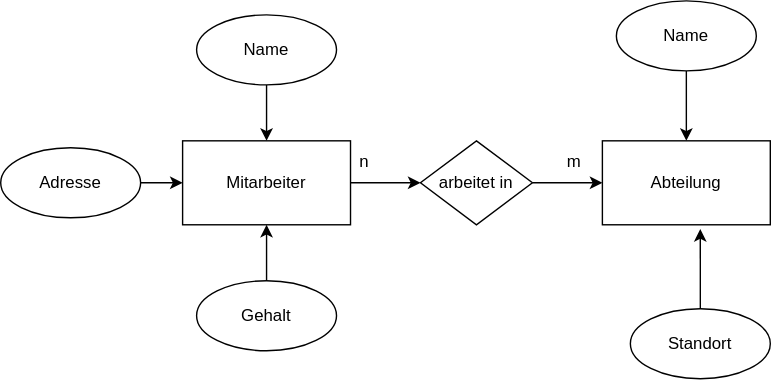
This is modul/Datenschema/bilder/erd-1.2-LS-mitarbeiterverzeichnis.drawio.svg from bbz-biel-informatik/290-datenbanken, a draw.io export, as it was before one commit. Source tidied: cells renumbered, new cells last; positions are measured from the earlier drawing's top-left corner, leaving out a move shared by most shapes.
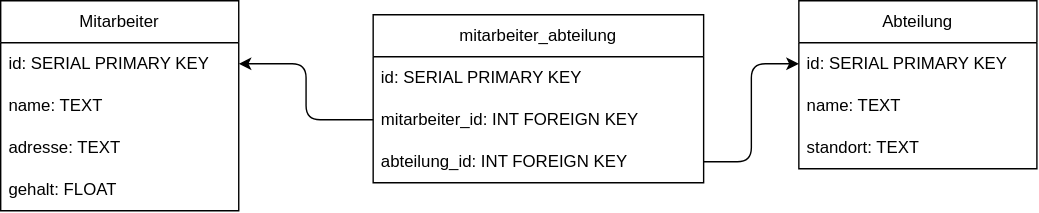
Later version of the same file.

The edit, as a diff of the source:
```diff
@@ -2,56 +2,50 @@
   <root>
     <mxCell id="0" />
     <mxCell id="1" parent="0" />
-    <mxCell id="2" style="edgeStyle=orthogonalEdgeStyle;rounded=0;jettySize=auto;html=1;exitX=1;exitY=0.5;exitDx=0;exitDy=0;entryX=0;entryY=0.5;entryDx=0;entryDy=0;" parent="1" edge="1" source="3" target="16">
-      <mxGeometry relative="1" as="geometry" />
-    </mxCell>
-    <mxCell id="3" value="Mitarbeiter" style="rounded=0;whiteSpace=wrap;html=1;" parent="1" vertex="1">
-      <mxGeometry x="130" y="100" width="120" height="60" as="geometry" />
+    <mxCell id="3" value="Mitarbeiter" style="swimlane;fontStyle=0;horizontal=1;startSize=30;whiteSpace=wrap;html=1;" parent="1" vertex="1">
+      <mxGeometry x="-30" y="-40" width="170" height="150" as="geometry" />
     </mxCell>
+    <mxCell id="19" value="id: SERIAL PRIMARY KEY" style="text;strokeColor=none;fillColor=none;align=left;verticalAlign=middle;spacingLeft=4;spacingRight=4;overflow=hidden;points=[[0,0.5],[1,0.5]];portConstraint=eastwest;whiteSpace=wrap;html=1;" parent="3" vertex="1">
+      <mxGeometry y="30" width="170" height="30" as="geometry" />
+    </mxCell>
+    <mxCell id="20" value="name: TEXT" style="text;strokeColor=none;fillColor=none;align=left;verticalAlign=middle;spacingLeft=4;spacingRight=4;overflow=hidden;whiteSpace=wrap;html=1;" parent="3" vertex="1">
+      <mxGeometry y="60" width="170" height="30" as="geometry" />
+    </mxCell>
+    <mxCell id="21" value="adresse: TEXT" style="text;strokeColor=none;fillColor=none;align=left;verticalAlign=middle;spacingLeft=4;spacingRight=4;overflow=hidden;whiteSpace=wrap;html=1;" parent="3" vertex="1">
+      <mxGeometry y="90" width="170" height="30" as="geometry" />
+    </mxCell>
+    <mxCell id="22" value="gehalt: FLOAT" style="text;strokeColor=none;fillColor=none;align=left;verticalAlign=middle;spacingLeft=4;spacingRight=4;overflow=hidden;whiteSpace=wrap;html=1;" parent="3" vertex="1">
+      <mxGeometry y="120" width="170" height="30" as="geometry" />
+    </mxCell>
-    <mxCell id="4" value="Abteilung" style="rounded=0;whiteSpace=wrap;html=1;" parent="1" vertex="1">
-      <mxGeometry x="430" y="100" width="120" height="60" as="geometry" />
+    <mxCell id="4" value="Abteilung" style="swimlane;fontStyle=0;horizontal=1;startSize=30;whiteSpace=wrap;html=1;" parent="1" vertex="1">
+      <mxGeometry x="540" y="-40" width="170" height="120" as="geometry" />
     </mxCell>
-    <mxCell id="5" style="edgeStyle=orthogonalEdgeStyle;rounded=0;jettySize=auto;html=1;" parent="1" edge="1" source="6" target="3">
-      <mxGeometry relative="1" as="geometry" />
-    </mxCell>
-    <mxCell id="6" value="Name" style="ellipse;whiteSpace=wrap;html=1;" parent="1" vertex="1">
-      <mxGeometry x="140" y="10" width="100" height="50" as="geometry" />
-    </mxCell>
-    <mxCell id="7" style="edgeStyle=orthogonalEdgeStyle;rounded=0;jettySize=auto;html=1;exitX=1;exitY=0.5;exitDx=0;exitDy=0;entryX=0;entryY=0.5;entryDx=0;entryDy=0;" parent="1" edge="1" source="8" target="3">
-      <mxGeometry relative="1" as="geometry" />
-    </mxCell>
-    <mxCell id="8" value="Adresse" style="ellipse;whiteSpace=wrap;html=1;" parent="1" vertex="1">
-      <mxGeometry y="105" width="100" height="50" as="geometry" />
-    </mxCell>
-    <mxCell id="9" style="edgeStyle=orthogonalEdgeStyle;rounded=0;jettySize=auto;html=1;exitX=0.5;exitY=0;exitDx=0;exitDy=0;entryX=0.5;entryY=1;entryDx=0;entryDy=0;" parent="1" edge="1" source="10" target="3">
-      <mxGeometry relative="1" as="geometry" />
-    </mxCell>
-    <mxCell id="10" value="Gehalt" style="ellipse;whiteSpace=wrap;html=1;" parent="1" vertex="1">
-      <mxGeometry x="140" y="200" width="100" height="50" as="geometry" />
-    </mxCell>
-    <mxCell id="11" style="edgeStyle=orthogonalEdgeStyle;rounded=0;jettySize=auto;html=1;exitX=0.5;exitY=1;exitDx=0;exitDy=0;" parent="1" edge="1" source="12" target="4">
-      <mxGeometry relative="1" as="geometry" />
-    </mxCell>
-    <mxCell id="12" value="Name" style="ellipse;whiteSpace=wrap;html=1;" parent="1" vertex="1">
-      <mxGeometry x="440" width="100" height="50" as="geometry" />
-    </mxCell>
-    <mxCell id="13" value="Standort" style="ellipse;whiteSpace=wrap;html=1;" parent="1" vertex="1">
-      <mxGeometry x="450" y="220" width="100" height="50" as="geometry" />
-    </mxCell>
-    <mxCell id="14" style="edgeStyle=orthogonalEdgeStyle;rounded=0;jettySize=auto;html=1;exitX=0.5;exitY=0;exitDx=0;exitDy=0;entryX=0.583;entryY=1.05;entryDx=0;entryDy=0;entryPerimeter=0;" parent="1" edge="1" source="13" target="4">
-      <mxGeometry relative="1" as="geometry" />
-    </mxCell>
-    <mxCell id="15" style="edgeStyle=orthogonalEdgeStyle;rounded=0;jettySize=auto;html=1;exitX=1;exitY=0.5;exitDx=0;exitDy=0;entryX=0;entryY=0.5;entryDx=0;entryDy=0;" parent="1" edge="1" source="16" target="4">
-      <mxGeometry relative="1" as="geometry" />
-    </mxCell>
-    <mxCell id="16" value="arbeitet in" style="rhombus;whiteSpace=wrap;html=1;" parent="1" vertex="1">
-      <mxGeometry x="300" y="100" width="80" height="60" as="geometry" />
-    </mxCell>
-    <mxCell id="17" value="n" style="text;html=1;whiteSpace=wrap;strokeColor=none;fillColor=none;align=center;verticalAlign=middle;rounded=0;" parent="1" vertex="1">
-      <mxGeometry x="230" y="100" width="60" height="30" as="geometry" />
-    </mxCell>
-    <mxCell id="18" value="m" style="text;html=1;whiteSpace=wrap;strokeColor=none;fillColor=none;align=center;verticalAlign=middle;rounded=0;" parent="1" vertex="1">
-      <mxGeometry x="380" y="100" width="60" height="30" as="geometry" />
-    </mxCell>
+    <mxCell id="23" value="id: SERIAL PRIMARY KEY" style="text;strokeColor=none;fillColor=none;align=left;verticalAlign=middle;spacingLeft=4;spacingRight=4;overflow=hidden;points=[[0,0.5],[1,0.5]];portConstraint=eastwest;whiteSpace=wrap;html=1;" parent="4" vertex="1">
+      <mxGeometry y="30" width="170" height="30" as="geometry" />
+    </mxCell>
+    <mxCell id="24" value="name: TEXT" style="text;strokeColor=none;fillColor=none;align=left;verticalAlign=middle;spacingLeft=4;spacingRight=4;overflow=hidden;whiteSpace=wrap;html=1;" parent="4" vertex="1">
+      <mxGeometry y="60" width="170" height="30" as="geometry" />
+    </mxCell>
+    <mxCell id="25" value="standort: TEXT" style="text;strokeColor=none;fillColor=none;align=left;verticalAlign=middle;spacingLeft=4;spacingRight=4;overflow=hidden;whiteSpace=wrap;html=1;" parent="4" vertex="1">
+      <mxGeometry y="90" width="170" height="30" as="geometry" />
+    </mxCell>
+    <mxCell id="26" value="mitarbeiter_abteilung" style="swimlane;fontStyle=0;horizontal=1;startSize=30;whiteSpace=wrap;html=1;" parent="1" vertex="1">
+      <mxGeometry x="236" y="-30" width="236" height="120" as="geometry" />
+    </mxCell>
+    <mxCell id="27" value="id: SERIAL PRIMARY KEY" style="text;strokeColor=none;fillColor=none;align=left;verticalAlign=middle;spacingLeft=4;spacingRight=4;overflow=hidden;whiteSpace=wrap;html=1;" parent="26" vertex="1">
+      <mxGeometry y="30" width="236" height="30" as="geometry" />
+    </mxCell>
+    <mxCell id="28" value="mitarbeiter_id: INT FOREIGN KEY" style="text;strokeColor=none;fillColor=none;align=left;verticalAlign=middle;spacingLeft=4;spacingRight=4;overflow=hidden;points=[[0,0.5],[1,0.5]];portConstraint=eastwest;whiteSpace=wrap;html=1;" parent="26" vertex="1">
+      <mxGeometry y="60" width="236" height="30" as="geometry" />
+    </mxCell>
+    <mxCell id="29" value="abteilung_id: INT FOREIGN KEY" style="text;strokeColor=none;fillColor=none;align=left;verticalAlign=middle;spacingLeft=4;spacingRight=4;overflow=hidden;points=[[0,0.5],[1,0.5]];portConstraint=eastwest;whiteSpace=wrap;html=1;" parent="26" vertex="1">
+      <mxGeometry y="90" width="236" height="30" as="geometry" />
+    </mxCell>
+    <mxCell id="30" style="edgeStyle=orthogonalEdgeStyle;html=1;entryX=0;entryY=0.5;entryDx=0;entryDy=0;" parent="1" edge="1" source="29" target="23">
+      <mxGeometry relative="1" as="geometry" />
+    </mxCell>
+    <mxCell id="31" style="edgeStyle=orthogonalEdgeStyle;html=1;entryX=1;entryY=0.5;entryDx=0;entryDy=0;" parent="1" edge="1" source="28" target="19">
+      <mxGeometry relative="1" as="geometry" />
+    </mxCell>
   </root>
 </mxGraphModel>
```
